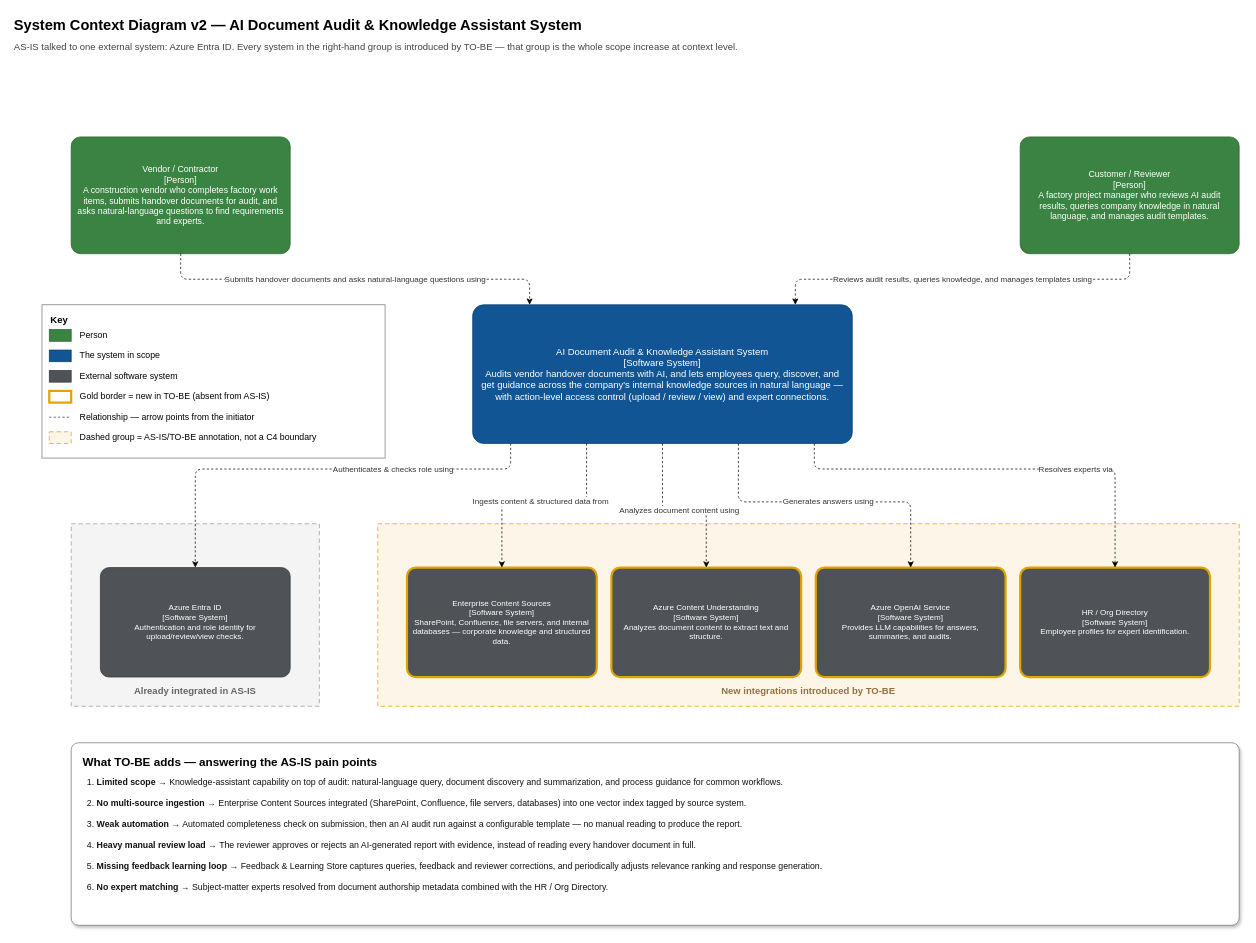
Before: [tobe]system_context_diagram.drawio in jackreacher1994/sa-nhom6, a draw.io diagram. Source tidied: cells renumbered, new cells numbered last; positions are measured from the earlier drawing's top-left corner, leaving out a move shared by most shapes. Both pictures are drawn from the tidied source at 73%, with x=0, y=0 at pixel (12, 12).
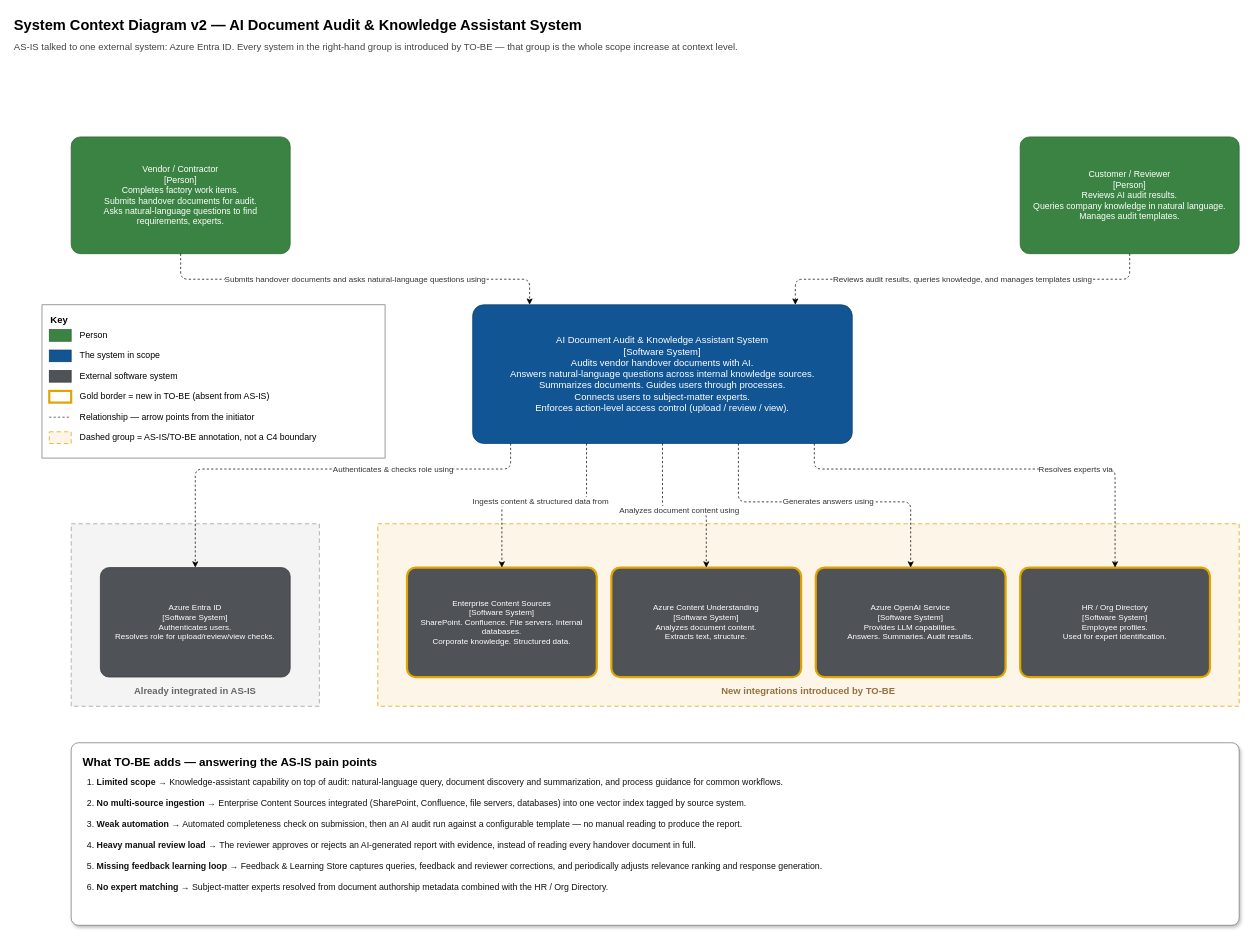
After the change.

Commit message (it also covers changes not shown here):
update system context label

The change refers to these unchanged cells:
```xml
<mxCell id="20" value="Already integrated in AS-IS" style="rounded=0;whiteSpace=wrap;html=1;fillColor=#f4f4f4;strokeColor=#999999;dashed=1;dashPattern=6 4;verticalAlign=bottom;align=center;spacingBottom=10;fontSize=13;fontStyle=1;fontColor=#666666;" parent="1" vertex="1">
  <mxGeometry x="80" y="700" width="340" height="250" as="geometry" />
</mxCell>
<mxCell id="22" value="New integrations introduced by TO-BE" style="rounded=0;whiteSpace=wrap;html=1;fillColor=#fdf6e8;strokeColor=#e0a300;dashed=1;dashPattern=6 4;verticalAlign=bottom;align=center;spacingBottom=10;fontSize=13;fontStyle=1;fontColor=#96703f;" parent="1" vertex="1">
  <mxGeometry x="500" y="700" width="1180" height="250" as="geometry" />
</mxCell>
```

Change to the diagram source:
```diff
@@
-    <mxCell id="17" value="Vendor / Contractor&#10;[Person]&#10;A construction vendor who completes factory work items, submits handover documents for audit, and asks natural-language questions to find requirements and experts." style="rounded=1;arcSize=8;whiteSpace=wrap;html=1;fillColor=#3a8342;strokeColor=#2a6230;fontColor=#ffffff;fontSize=12;align=center;verticalAlign=middle;spacing=8;" parent="1" vertex="1">
+    <mxCell id="17" value="Vendor / Contractor&#10;[Person]&#10;Completes factory work items.&#10;Submits handover documents for audit.&#10;Asks natural-language questions to find requirements, experts." style="rounded=1;arcSize=8;whiteSpace=wrap;html=1;fillColor=#3a8342;strokeColor=#2a6230;fontColor=#ffffff;fontSize=12;align=center;verticalAlign=middle;spacing=8;" parent="1" vertex="1">
       <mxGeometry x="80" y="170" width="300" height="160" as="geometry" />
     </mxCell>
-    <mxCell id="18" value="Customer / Reviewer&#10;[Person]&#10;A factory project manager who reviews AI audit results, queries company knowledge in natural language, and manages audit templates." style="rounded=1;arcSize=8;whiteSpace=wrap;html=1;fillColor=#3a8342;strokeColor=#2a6230;fontColor=#ffffff;fontSize=12;align=center;verticalAlign=middle;spacing=8;" parent="1" vertex="1">
+    <mxCell id="18" value="Customer / Reviewer&#10;[Person]&#10;Reviews AI audit results.&#10;Queries company knowledge in natural language.&#10;Manages audit templates." style="rounded=1;arcSize=8;whiteSpace=wrap;html=1;fillColor=#3a8342;strokeColor=#2a6230;fontColor=#ffffff;fontSize=12;align=center;verticalAlign=middle;spacing=8;" parent="1" vertex="1">
       <mxGeometry x="1380" y="170" width="300" height="160" as="geometry" />
     </mxCell>
-    <mxCell id="19" value="AI Document Audit &amp; Knowledge Assistant System&#10;[Software System]&#10;Audits vendor handover documents with AI, and lets employees query, discover, and get guidance across the company's internal knowledge sources in natural language — with action-level access control (upload / review / view) and expert connections." style="rounded=1;arcSize=8;whiteSpace=wrap;html=1;fillColor=#115594;strokeColor=#0c3d6b;fontColor=#ffffff;fontSize=13;align=center;verticalAlign=middle;spacing=8;" parent="1" vertex="1">
+    <mxCell id="19" value="AI Document Audit &amp; Knowledge Assistant System&#10;[Software System]&#10;Audits vendor handover documents with AI.&#10;Answers natural-language questions across internal knowledge sources.&#10;Summarizes documents. Guides users through processes.&#10;Connects users to subject-matter experts.&#10;Enforces action-level access control (upload / review / view)." style="rounded=1;arcSize=8;whiteSpace=wrap;html=1;fillColor=#115594;strokeColor=#0c3d6b;fontColor=#ffffff;fontSize=13;align=center;verticalAlign=middle;spacing=8;" parent="1" vertex="1">
       <mxGeometry x="630" y="400" width="520" height="190" as="geometry" />
     </mxCell>
@@
-    <mxCell id="21" value="Azure Entra ID&#10;[Software System]&#10;Authentication and role identity for upload/review/view checks." style="rounded=1;arcSize=8;whiteSpace=wrap;html=1;fillColor=#4f5256;strokeColor=#35373a;fontColor=#ffffff;fontSize=11;align=center;verticalAlign=middle;spacing=8;" parent="20" vertex="1">
+    <mxCell id="21" value="Azure Entra ID&#10;[Software System]&#10;Authenticates users.&#10;Resolves role for upload/review/view checks." style="rounded=1;arcSize=8;whiteSpace=wrap;html=1;fillColor=#4f5256;strokeColor=#35373a;fontColor=#ffffff;fontSize=11;align=center;verticalAlign=middle;spacing=8;" parent="20" vertex="1">
       <mxGeometry x="40" y="60" width="260" height="150" as="geometry" />
     </mxCell>
@@
-    <mxCell id="23" value="Enterprise Content Sources&#10;[Software System]&#10;SharePoint, Confluence, file servers, and internal databases — corporate knowledge and structured data." style="rounded=1;arcSize=8;whiteSpace=wrap;html=1;fillColor=#4f5256;strokeColor=#e0a300;strokeWidth=3;fontColor=#ffffff;fontSize=11;align=center;verticalAlign=middle;spacing=8;" parent="22" vertex="1">
+    <mxCell id="23" value="Enterprise Content Sources&#10;[Software System]&#10;SharePoint. Confluence. File servers. Internal databases.&#10;Corporate knowledge. Structured data." style="rounded=1;arcSize=8;whiteSpace=wrap;html=1;fillColor=#4f5256;strokeColor=#e0a300;strokeWidth=3;fontColor=#ffffff;fontSize=11;align=center;verticalAlign=middle;spacing=8;" parent="22" vertex="1">
       <mxGeometry x="40" y="60" width="260" height="150" as="geometry" />
     </mxCell>
-    <mxCell id="24" value="Azure Content Understanding&#10;[Software System]&#10;Analyzes document content to extract text and structure." style="rounded=1;arcSize=8;whiteSpace=wrap;html=1;fillColor=#4f5256;strokeColor=#e0a300;strokeWidth=3;fontColor=#ffffff;fontSize=11;align=center;verticalAlign=middle;spacing=8;" parent="22" vertex="1">
+    <mxCell id="24" value="Azure Content Understanding&#10;[Software System]&#10;Analyzes document content.&#10;Extracts text, structure." style="rounded=1;arcSize=8;whiteSpace=wrap;html=1;fillColor=#4f5256;strokeColor=#e0a300;strokeWidth=3;fontColor=#ffffff;fontSize=11;align=center;verticalAlign=middle;spacing=8;" parent="22" vertex="1">
       <mxGeometry x="320" y="60" width="260" height="150" as="geometry" />
     </mxCell>
-    <mxCell id="25" value="Azure OpenAI Service&#10;[Software System]&#10;Provides LLM capabilities for answers, summaries, and audits." style="rounded=1;arcSize=8;whiteSpace=wrap;html=1;fillColor=#4f5256;strokeColor=#e0a300;strokeWidth=3;fontColor=#ffffff;fontSize=11;align=center;verticalAlign=middle;spacing=8;" parent="22" vertex="1">
+    <mxCell id="25" value="Azure OpenAI Service&#10;[Software System]&#10;Provides LLM capabilities.&#10;Answers. Summaries. Audit results." style="rounded=1;arcSize=8;whiteSpace=wrap;html=1;fillColor=#4f5256;strokeColor=#e0a300;strokeWidth=3;fontColor=#ffffff;fontSize=11;align=center;verticalAlign=middle;spacing=8;" parent="22" vertex="1">
       <mxGeometry x="600" y="60" width="260" height="150" as="geometry" />
     </mxCell>
-    <mxCell id="26" value="HR / Org Directory&#10;[Software System]&#10;Employee profiles for expert identification." style="rounded=1;arcSize=8;whiteSpace=wrap;html=1;fillColor=#4f5256;strokeColor=#e0a300;strokeWidth=3;fontColor=#ffffff;fontSize=11;align=center;verticalAlign=middle;spacing=8;" parent="22" vertex="1">
+    <mxCell id="26" value="HR / Org Directory&#10;[Software System]&#10;Employee profiles.&#10;Used for expert identification." style="rounded=1;arcSize=8;whiteSpace=wrap;html=1;fillColor=#4f5256;strokeColor=#e0a300;strokeWidth=3;fontColor=#ffffff;fontSize=11;align=center;verticalAlign=middle;spacing=8;" parent="22" vertex="1">
       <mxGeometry x="880" y="60" width="260" height="150" as="geometry" />
     </mxCell>
```
